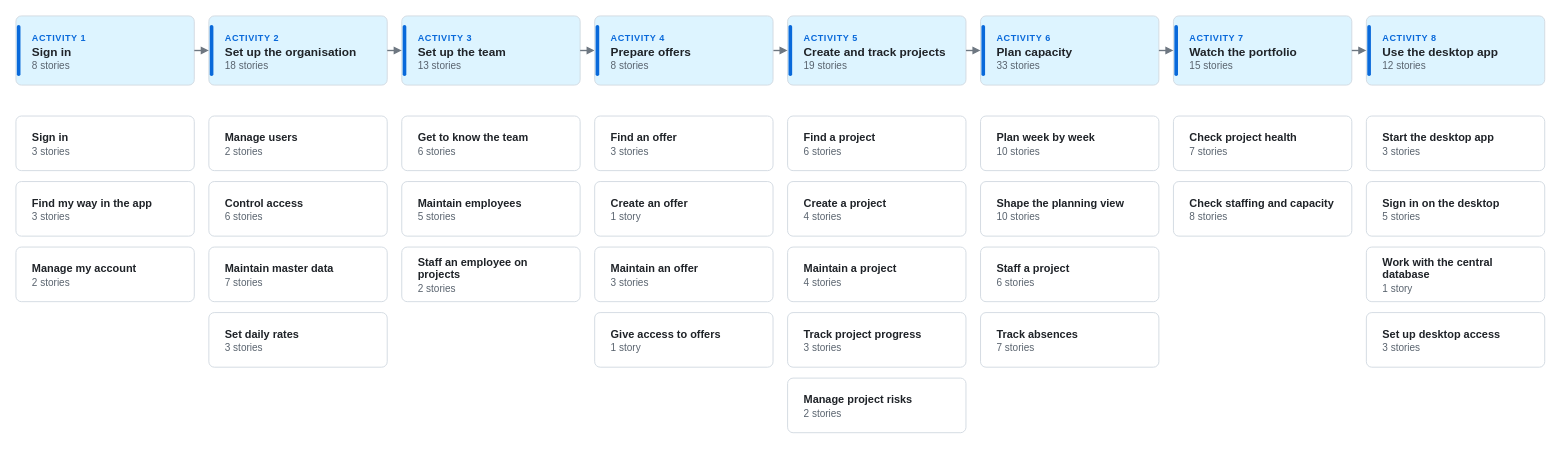
Above: docs/diagrams/story-map.drawio in jenreh/alloq (draw.io), before the change. Source tidied: cells renumbered, new cells numbered last; positions are measured from the earlier drawing's top-left corner, leaving out a move shared by most shapes. Both pictures are drawn from the tidied source at 91%, with x=0, y=0 at pixel (15, 15).
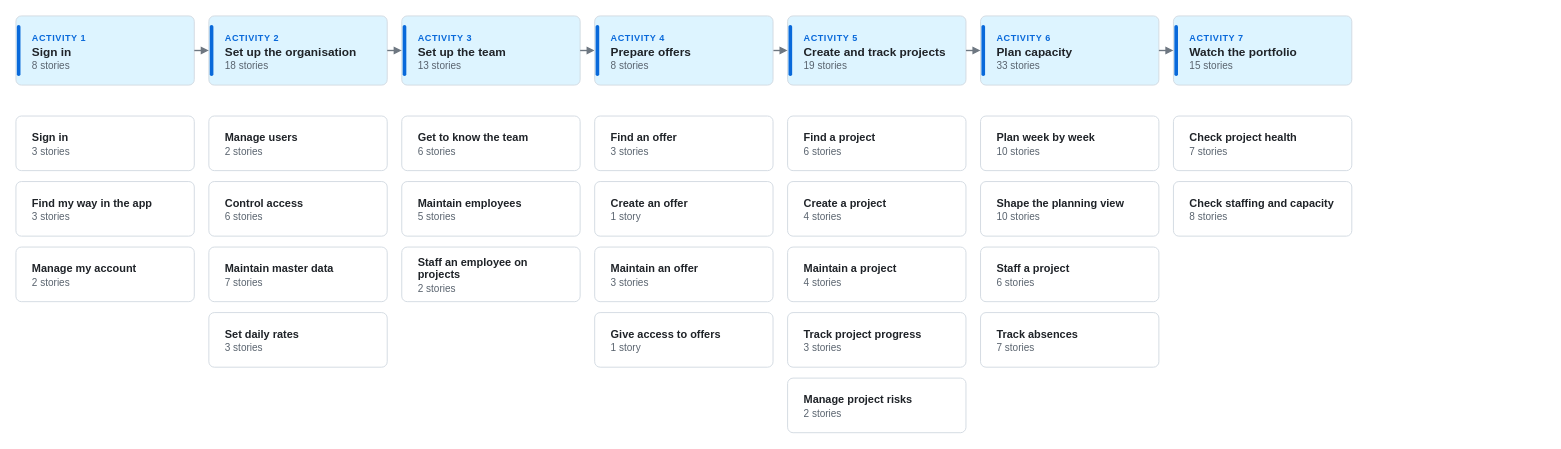
Above is the later version.

Unchanged cells that the change refers to:
```xml
<mxCell id="31" value="&lt;span style=&quot;font-size:10px;font-weight:bold;letter-spacing:0.6px;color:#0969da&quot;&gt;ACTIVITY 7&lt;/span&gt;&lt;br&gt;&lt;b&gt;Watch the portfolio&lt;/b&gt;&lt;br&gt;&lt;span style=&quot;font-size:11px;color:#59636e&quot;&gt;15 stories&lt;/span&gt;" style="rounded=1;absoluteArcSize=1;arcSize=12;whiteSpace=wrap;html=1;fillColor=#ddf4ff;strokeColor=#d1d9e0;strokeWidth=1;fontColor=#1f2328;fontSize=13;align=left;verticalAlign=middle;spacingLeft=16;spacingRight=10;spacingTop=2;" parent="1" vertex="1">
  <mxGeometry x="1272" width="196" height="76" as="geometry" />
</mxCell>
```

Change to the diagram source:
```diff
@@
-    <mxCell id="35" value="&lt;span style=&quot;font-size:10px;font-weight:bold;letter-spacing:0.6px;color:#0969da&quot;&gt;ACTIVITY 8&lt;/span&gt;&lt;br&gt;&lt;b&gt;Use the desktop app&lt;/b&gt;&lt;br&gt;&lt;span style=&quot;font-size:11px;color:#59636e&quot;&gt;12 stories&lt;/span&gt;" style="rounded=1;absoluteArcSize=1;arcSize=12;whiteSpace=wrap;html=1;fillColor=#ddf4ff;strokeColor=#d1d9e0;strokeWidth=1;fontColor=#1f2328;fontSize=13;align=left;verticalAlign=middle;spacingLeft=16;spacingRight=10;spacingTop=2;" parent="1" vertex="1">
-      <mxGeometry x="1484" width="196" height="76" as="geometry" />
-    </mxCell>
-    <mxCell id="36" style="rounded=1;arcSize=50;html=1;fillColor=#0969da;strokeColor=none;" parent="1" vertex="1">
-      <mxGeometry x="1485" y="10" width="4" height="56" as="geometry" />
-    </mxCell>
-    <mxCell id="37" value="&lt;b&gt;Start the desktop app&lt;/b&gt;&lt;br&gt;&lt;span style=&quot;font-size:11px;color:#59636e&quot;&gt;3 stories&lt;/span&gt;" style="rounded=1;absoluteArcSize=1;arcSize=12;whiteSpace=wrap;html=1;fillColor=#ffffff;strokeColor=#d1d9e0;strokeWidth=1;fontColor=#1f2328;fontSize=12;align=left;verticalAlign=middle;spacingLeft=16;spacingRight=10;spacingTop=2;" parent="1" vertex="1">
-      <mxGeometry x="1484" y="110" width="196" height="60" as="geometry" />
-    </mxCell>
-    <mxCell id="38" value="&lt;b&gt;Sign in on the desktop&lt;/b&gt;&lt;br&gt;&lt;span style=&quot;font-size:11px;color:#59636e&quot;&gt;5 stories&lt;/span&gt;" style="rounded=1;absoluteArcSize=1;arcSize=12;whiteSpace=wrap;html=1;fillColor=#ffffff;strokeColor=#d1d9e0;strokeWidth=1;fontColor=#1f2328;fontSize=12;align=left;verticalAlign=middle;spacingLeft=16;spacingRight=10;spacingTop=2;" parent="1" vertex="1">
-      <mxGeometry x="1484" y="182" width="196" height="60" as="geometry" />
-    </mxCell>
-    <mxCell id="39" value="&lt;b&gt;Work with the central database&lt;/b&gt;&lt;br&gt;&lt;span style=&quot;font-size:11px;color:#59636e&quot;&gt;1 story&lt;/span&gt;" style="rounded=1;absoluteArcSize=1;arcSize=12;whiteSpace=wrap;html=1;fillColor=#ffffff;strokeColor=#d1d9e0;strokeWidth=1;fontColor=#1f2328;fontSize=12;align=left;verticalAlign=middle;spacingLeft=16;spacingRight=10;spacingTop=2;" parent="1" vertex="1">
-      <mxGeometry x="1484" y="254" width="196" height="60" as="geometry" />
-    </mxCell>
-    <mxCell id="40" value="&lt;b&gt;Set up desktop access&lt;/b&gt;&lt;br&gt;&lt;span style=&quot;font-size:11px;color:#59636e&quot;&gt;3 stories&lt;/span&gt;" style="rounded=1;absoluteArcSize=1;arcSize=12;whiteSpace=wrap;html=1;fillColor=#ffffff;strokeColor=#d1d9e0;strokeWidth=1;fontColor=#1f2328;fontSize=12;align=left;verticalAlign=middle;spacingLeft=16;spacingRight=10;spacingTop=2;" parent="1" vertex="1">
-      <mxGeometry x="1484" y="326" width="196" height="60" as="geometry" />
-    </mxCell>
@@
-    <mxCell id="47" style="html=1;rounded=1;strokeColor=#6e7781;strokeWidth=1.5;fontSize=11;fontColor=#59636e;labelBackgroundColor=#ffffff;endSize=5;startSize=5;endArrow=block;endFill=1;startArrow=none;startFill=0;exitX=1;exitY=0.5;exitDx=0;exitDy=0;entryX=0;entryY=0.5;entryDx=0;entryDy=0;" parent="1" edge="1" source="31" target="35">
-      <mxGeometry relative="1" as="geometry" />
-    </mxCell>
```
